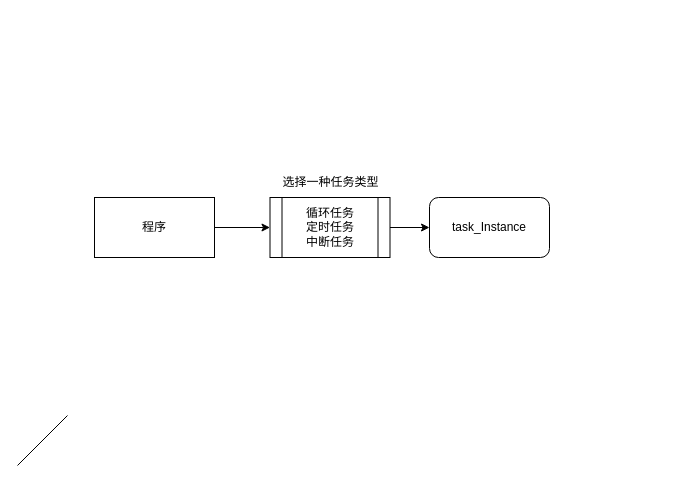
Before: task_setting.drawio in nathanningbo/general_ztf, a draw.io diagram. Source tidied: cells renumbered, new cells numbered last; positions are measured from the earlier drawing's top-left corner, leaving out a move shared by most shapes. Both pictures are drawn from the tidied source at 100%, with x=0, y=0 at pixel (17, 197).
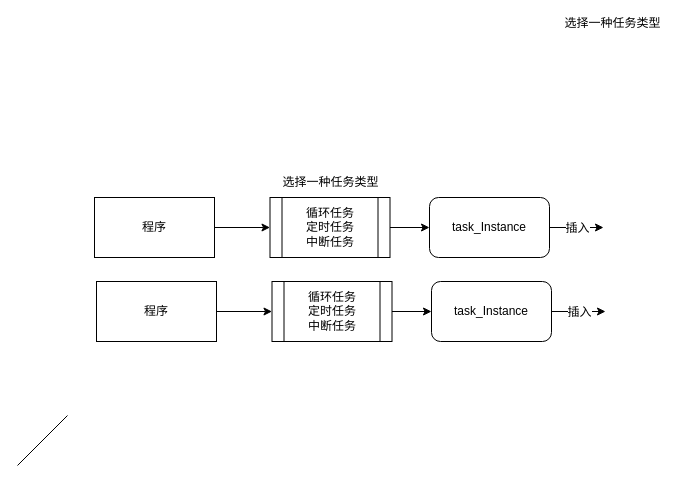
After the change.

Diff of the diagram source:
```diff
@@
+    <mxCell id="9" style="endArrow=classic;html=1;exitX=1;exitY=0.5;exitDx=0;exitDy=0;" parent="1" edge="1">
+      <mxGeometry relative="1" as="geometry">
+        <mxPoint x="532" y="30" as="sourcePoint" />
+        <mxPoint x="586" y="30" as="targetPoint" />
+      </mxGeometry>
+    </mxCell>
+    <mxCell id="10" value="插入" style="text;html=1;align=center;verticalAlign=middle;labelBackgroundColor=#ffffff;" parent="9" vertex="1">
+      <mxGeometry x="0.14" y="-1" relative="1" as="geometry">
+        <mxPoint x="-3.5" y="-1" as="offset" />
+      </mxGeometry>
+    </mxCell>
+    <mxCell id="11" value="程序" style="rounded=0;whiteSpace=wrap;html=1;" parent="1" vertex="1">
+      <mxGeometry x="79" y="84" width="120" height="60" as="geometry" />
+    </mxCell>
+    <mxCell id="12" style="endArrow=classic;html=1;exitX=1;exitY=0.5;exitDx=0;exitDy=0;entryX=0;entryY=0.5;entryDx=0;entryDy=0;" parent="1" edge="1" source="14" target="13">
+      <mxGeometry relative="1" as="geometry" />
+    </mxCell>
+    <mxCell id="13" value="task_Instance" style="rounded=1;whiteSpace=wrap;html=1;" parent="1" vertex="1">
+      <mxGeometry x="414" y="84" width="120" height="60" as="geometry" />
+    </mxCell>
+    <mxCell id="14" value="&lt;div&gt;循环任务&lt;/div&gt;&lt;div&gt;定时任务&lt;/div&gt;&lt;div&gt;中断任务&lt;br&gt;&lt;/div&gt;" style="shape=process;whiteSpace=wrap;html=1;backgroundOutline=1;" parent="1" vertex="1">
+      <mxGeometry x="254.5" y="84" width="120" height="60" as="geometry" />
+    </mxCell>
+    <mxCell id="15" style="endArrow=classic;html=1;exitX=1;exitY=0.5;exitDx=0;exitDy=0;entryX=0;entryY=0.5;entryDx=0;entryDy=0;" parent="1" edge="1" source="11" target="14">
+      <mxGeometry relative="1" as="geometry" />
+    </mxCell>
+    <mxCell id="16" value="选择一种任务类型" style="text;html=1;align=center;verticalAlign=middle;labelBackgroundColor=#ffffff;" parent="1" vertex="1">
+      <mxGeometry x="316.7" y="68.6" as="geometry">
+        <mxPoint x="278" y="-243" as="offset" />
+      </mxGeometry>
+    </mxCell>
+    <mxCell id="17" style="endArrow=classic;html=1;exitX=1;exitY=0.5;exitDx=0;exitDy=0;" parent="1" edge="1">
+      <mxGeometry relative="1" as="geometry">
+        <mxPoint x="534" y="114" as="sourcePoint" />
+        <mxPoint x="588" y="114" as="targetPoint" />
+      </mxGeometry>
+    </mxCell>
+    <mxCell id="18" value="插入" style="text;html=1;align=center;verticalAlign=middle;labelBackgroundColor=#ffffff;" parent="17" vertex="1">
+      <mxGeometry x="0.14" y="-1" relative="1" as="geometry">
+        <mxPoint x="-3.5" y="-1" as="offset" />
+      </mxGeometry>
+    </mxCell>
```
